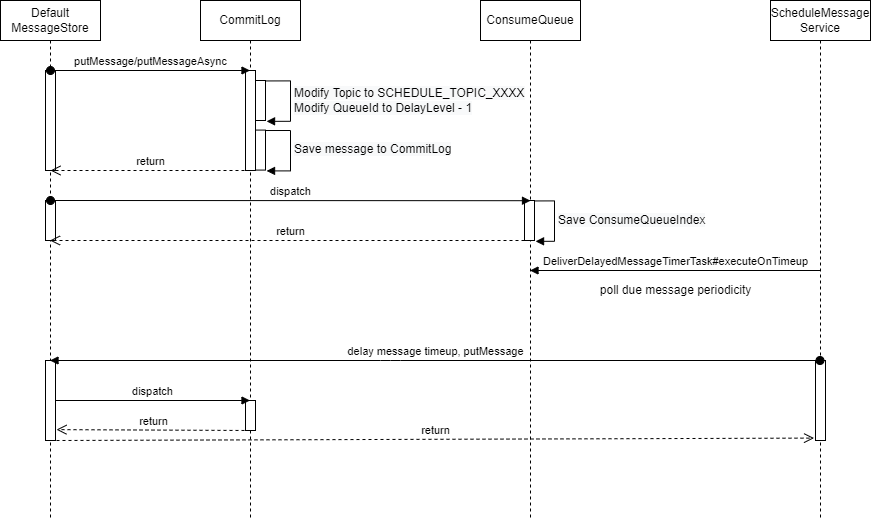
Earlier version of the draw.io export assets/schedule_message_sequence.drawio.png (HScarb/knowledge). Source tidied: cells renumbered, new cells last; positions are measured from the earlier drawing's top-left corner, leaving out a move shared by most shapes.
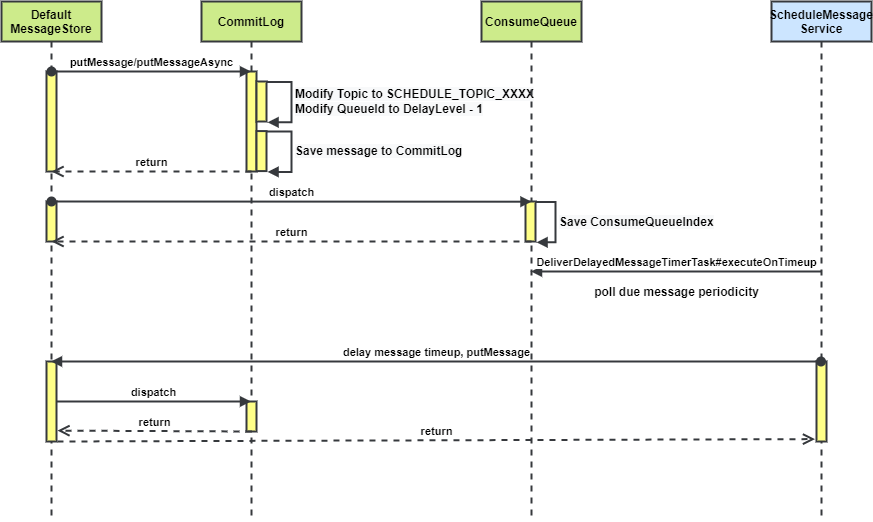
After the change.

The edit, as a diff of the source:
```diff
@@ -2,16 +2,16 @@
   <root>
     <mxCell id="0" />
     <mxCell id="1" parent="0" />
-    <mxCell id="2" value="CommitLog" style="shape=umlLifeline;perimeter=lifelinePerimeter;whiteSpace=wrap;html=1;" parent="1" vertex="1">
+    <mxCell id="2" value="CommitLog" style="shape=umlLifeline;perimeter=lifelinePerimeter;whiteSpace=wrap;html=1;strokeWidth=2;fontStyle=1;fillColor=#cdeb8b;strokeColor=#36393d;" parent="1" vertex="1">
       <mxGeometry x="200" width="100" height="520" as="geometry" />
     </mxCell>
-    <mxCell id="3" style="html=1;perimeter=orthogonalPerimeter;" parent="2" vertex="1">
+    <mxCell id="3" style="html=1;perimeter=orthogonalPerimeter;strokeWidth=2;fontStyle=1;fillColor=#ffff88;strokeColor=#36393d;" parent="2" vertex="1">
       <mxGeometry x="45" y="70" width="10" height="100" as="geometry" />
     </mxCell>
-    <mxCell id="4" style="html=1;points=[];perimeter=orthogonalPerimeter;align=center;" parent="2" vertex="1">
+    <mxCell id="4" style="html=1;points=[];perimeter=orthogonalPerimeter;align=center;strokeWidth=2;fontStyle=1;fillColor=#ffff88;strokeColor=#36393d;" parent="2" vertex="1">
       <mxGeometry x="55" y="80" width="10" height="40" as="geometry" />
     </mxCell>
-    <mxCell id="5" value="&lt;span style=&quot;font-size: 12px ; background-color: rgb(248 , 249 , 250)&quot;&gt;Modify Topic to SCHEDULE_TOPIC_XXXX&lt;/span&gt;&lt;br style=&quot;font-size: 12px ; background-color: rgb(248 , 249 , 250)&quot;&gt;&lt;span style=&quot;font-size: 12px ; background-color: rgb(248 , 249 , 250)&quot;&gt;Modify QueueId to DelayLevel - 1&lt;/span&gt;" style="edgeStyle=orthogonalEdgeStyle;html=1;align=left;spacingLeft=2;endArrow=block;rounded=0;entryX=1.106;entryY=1.021;entryDx=0;entryDy=0;entryPerimeter=0;exitX=1.046;exitY=0.011;exitDx=0;exitDy=0;exitPerimeter=0;" parent="2" edge="1" source="4" target="4">
+    <mxCell id="5" value="&lt;span style=&quot;font-size: 12px ; background-color: rgb(248 , 249 , 250)&quot;&gt;Modify Topic to SCHEDULE_TOPIC_XXXX&lt;/span&gt;&lt;br style=&quot;font-size: 12px ; background-color: rgb(248 , 249 , 250)&quot;&gt;&lt;span style=&quot;font-size: 12px ; background-color: rgb(248 , 249 , 250)&quot;&gt;Modify QueueId to DelayLevel - 1&lt;/span&gt;" style="edgeStyle=orthogonalEdgeStyle;html=1;align=left;spacingLeft=2;endArrow=block;rounded=0;entryX=1.106;entryY=1.021;entryDx=0;entryDy=0;entryPerimeter=0;exitX=1.046;exitY=0.011;exitDx=0;exitDy=0;exitPerimeter=0;strokeWidth=2;fontStyle=1;fillColor=#ffff88;strokeColor=#36393d;" parent="2" edge="1" source="4" target="4">
       <mxGeometry relative="1" as="geometry">
         <Array as="points">
           <mxPoint x="90" y="80" />
@@ -19,16 +19,16 @@
         </Array>
       </mxGeometry>
     </mxCell>
-    <mxCell id="6" style="html=1;perimeter=orthogonalPerimeter;align=center;" parent="2" vertex="1">
+    <mxCell id="6" style="html=1;perimeter=orthogonalPerimeter;align=center;strokeWidth=2;fontStyle=1;fillColor=#ffff88;strokeColor=#36393d;" parent="2" vertex="1">
       <mxGeometry x="45" y="400" width="10" height="30" as="geometry" />
     </mxCell>
-    <mxCell id="7" value="ConsumeQueue" style="shape=umlLifeline;perimeter=lifelinePerimeter;whiteSpace=wrap;html=1;outlineConnect=0;" parent="1" vertex="1">
+    <mxCell id="7" value="ConsumeQueue" style="shape=umlLifeline;perimeter=lifelinePerimeter;whiteSpace=wrap;html=1;outlineConnect=0;strokeWidth=2;fontStyle=1;fillColor=#cdeb8b;strokeColor=#36393d;" parent="1" vertex="1">
       <mxGeometry x="480" width="100" height="520" as="geometry" />
     </mxCell>
-    <mxCell id="8" style="html=1;points=[];perimeter=orthogonalPerimeter;align=center;" parent="7" vertex="1">
+    <mxCell id="8" style="html=1;points=[];perimeter=orthogonalPerimeter;align=center;strokeWidth=2;fontStyle=1;fillColor=#ffff88;strokeColor=#36393d;" parent="7" vertex="1">
       <mxGeometry x="44" y="200" width="10" height="40" as="geometry" />
     </mxCell>
-    <mxCell id="9" value="&lt;span style=&quot;font-size: 12px ; background-color: rgb(248 , 249 , 250)&quot;&gt;Save ConsumeQueueIndex&lt;/span&gt;" style="edgeStyle=orthogonalEdgeStyle;html=1;align=left;spacingLeft=2;endArrow=block;rounded=0;entryX=1.106;entryY=1.021;entryDx=0;entryDy=0;entryPerimeter=0;exitX=1.046;exitY=0.011;exitDx=0;exitDy=0;exitPerimeter=0;" parent="7" edge="1" source="8" target="8">
+    <mxCell id="9" value="&lt;span style=&quot;font-size: 12px ; background-color: rgb(248 , 249 , 250)&quot;&gt;Save ConsumeQueueIndex&lt;/span&gt;" style="edgeStyle=orthogonalEdgeStyle;html=1;align=left;spacingLeft=2;endArrow=block;rounded=0;entryX=1.106;entryY=1.021;entryDx=0;entryDy=0;entryPerimeter=0;exitX=1.046;exitY=0.011;exitDx=0;exitDy=0;exitPerimeter=0;strokeWidth=2;fontStyle=1;fillColor=#ffff88;strokeColor=#36393d;" parent="7" edge="1" source="8" target="8">
       <mxGeometry relative="1" as="geometry">
         <Array as="points">
           <mxPoint x="74" y="200" />
@@ -36,42 +36,42 @@
         </Array>
       </mxGeometry>
     </mxCell>
-    <mxCell id="10" value="ScheduleMessage&lt;br&gt;Service" style="shape=umlLifeline;perimeter=lifelinePerimeter;whiteSpace=wrap;html=1;" parent="1" vertex="1">
+    <mxCell id="10" value="ScheduleMessage&lt;br&gt;Service" style="shape=umlLifeline;perimeter=lifelinePerimeter;whiteSpace=wrap;html=1;strokeWidth=2;fontStyle=1;fillColor=#cce5ff;strokeColor=#36393d;" parent="1" vertex="1">
       <mxGeometry x="770" width="100" height="520" as="geometry" />
     </mxCell>
-    <mxCell id="11" value="Default&lt;br&gt;MessageStore" style="shape=umlLifeline;perimeter=lifelinePerimeter;whiteSpace=wrap;html=1;outlineConnect=0;align=center;" parent="1" vertex="1">
+    <mxCell id="11" value="Default&lt;br&gt;MessageStore" style="shape=umlLifeline;perimeter=lifelinePerimeter;whiteSpace=wrap;html=1;outlineConnect=0;align=center;strokeWidth=2;fontStyle=1;fillColor=#cdeb8b;strokeColor=#36393d;" parent="1" vertex="1">
       <mxGeometry width="100" height="520" as="geometry" />
     </mxCell>
-    <mxCell id="12" style="html=1;perimeter=orthogonalPerimeter;align=center;" parent="11" vertex="1">
+    <mxCell id="12" style="html=1;perimeter=orthogonalPerimeter;align=center;strokeWidth=2;fontStyle=1;fillColor=#ffff88;strokeColor=#36393d;" parent="11" vertex="1">
       <mxGeometry x="45" y="70" width="10" height="100" as="geometry" />
     </mxCell>
-    <mxCell id="13" value="putMessage/putMessageAsync" style="html=1;verticalAlign=bottom;startArrow=oval;startFill=1;endArrow=block;startSize=8;" parent="11" edge="1">
+    <mxCell id="13" value="putMessage/putMessageAsync" style="html=1;verticalAlign=bottom;startArrow=oval;startFill=1;endArrow=block;startSize=8;strokeWidth=2;fontStyle=1;fillColor=#ffff88;strokeColor=#36393d;" parent="11" edge="1">
       <mxGeometry relative="1" as="geometry">
         <mxPoint x="50" y="70" as="sourcePoint" />
         <mxPoint x="249.5" y="70" as="targetPoint" />
       </mxGeometry>
     </mxCell>
-    <mxCell id="14" style="html=1;perimeter=orthogonalPerimeter;align=center;" parent="11" vertex="1">
+    <mxCell id="14" style="html=1;perimeter=orthogonalPerimeter;align=center;strokeWidth=2;fontStyle=1;fillColor=#ffff88;strokeColor=#36393d;" parent="11" vertex="1">
       <mxGeometry x="45" y="200" width="10" height="40" as="geometry" />
     </mxCell>
-    <mxCell id="15" value="dispatch" style="html=1;verticalAlign=bottom;startArrow=oval;startFill=1;endArrow=block;startSize=8;entryX=0.5;entryY=0.385;entryDx=0;entryDy=0;entryPerimeter=0;" parent="11" edge="1" target="7">
+    <mxCell id="15" value="dispatch" style="html=1;verticalAlign=bottom;startArrow=oval;startFill=1;endArrow=block;startSize=8;entryX=0.5;entryY=0.385;entryDx=0;entryDy=0;entryPerimeter=0;strokeWidth=2;fontStyle=1;fillColor=#ffff88;strokeColor=#36393d;" parent="11" edge="1" target="7">
       <mxGeometry relative="1" as="geometry">
         <mxPoint x="50" y="200" as="sourcePoint" />
       </mxGeometry>
     </mxCell>
-    <mxCell id="16" style="html=1;points=[];perimeter=orthogonalPerimeter;align=center;" parent="11" vertex="1">
+    <mxCell id="16" style="html=1;points=[];perimeter=orthogonalPerimeter;align=center;strokeWidth=2;fontStyle=1;fillColor=#ffff88;strokeColor=#36393d;" parent="11" vertex="1">
       <mxGeometry x="45" y="360" width="10" height="80" as="geometry" />
     </mxCell>
-    <mxCell id="17" value="return" style="html=1;verticalAlign=bottom;endArrow=open;dashed=1;endSize=8;" parent="1" edge="1">
+    <mxCell id="17" value="return" style="html=1;verticalAlign=bottom;endArrow=open;dashed=1;endSize=8;strokeWidth=2;fontStyle=1;fillColor=#ffff88;strokeColor=#36393d;" parent="1" edge="1">
       <mxGeometry relative="1" as="geometry">
         <mxPoint x="250" y="170" as="sourcePoint" />
         <mxPoint x="50" y="170" as="targetPoint" />
       </mxGeometry>
     </mxCell>
-    <mxCell id="18" style="html=1;points=[];perimeter=orthogonalPerimeter;align=center;" parent="1" vertex="1">
+    <mxCell id="18" style="html=1;points=[];perimeter=orthogonalPerimeter;align=center;strokeWidth=2;fontStyle=1;fillColor=#ffff88;strokeColor=#36393d;" parent="1" vertex="1">
       <mxGeometry x="255" y="129.6" width="10" height="40" as="geometry" />
     </mxCell>
-    <mxCell id="19" value="&lt;span style=&quot;font-size: 12px ; background-color: rgb(248 , 249 , 250)&quot;&gt;Save message to CommitLog&lt;/span&gt;" style="edgeStyle=orthogonalEdgeStyle;html=1;align=left;spacingLeft=2;endArrow=block;rounded=0;entryX=1.106;entryY=1.021;entryDx=0;entryDy=0;entryPerimeter=0;exitX=1.046;exitY=0.011;exitDx=0;exitDy=0;exitPerimeter=0;" parent="1" edge="1" source="18" target="18">
+    <mxCell id="19" value="&lt;span style=&quot;font-size: 12px ; background-color: rgb(248 , 249 , 250)&quot;&gt;Save message to CommitLog&lt;/span&gt;" style="edgeStyle=orthogonalEdgeStyle;html=1;align=left;spacingLeft=2;endArrow=block;rounded=0;entryX=1.106;entryY=1.021;entryDx=0;entryDy=0;entryPerimeter=0;exitX=1.046;exitY=0.011;exitDx=0;exitDy=0;exitPerimeter=0;strokeWidth=2;fontStyle=1;fillColor=#ffff88;strokeColor=#36393d;" parent="1" edge="1" source="18" target="18">
       <mxGeometry relative="1" as="geometry">
         <Array as="points">
           <mxPoint x="290" y="129.6" />
@@ -79,24 +79,24 @@
         </Array>
       </mxGeometry>
     </mxCell>
-    <mxCell id="20" value="DeliverDelayedMessageTimerTask#executeOnTimeup" style="html=1;verticalAlign=bottom;endArrow=block;" parent="1" edge="1">
+    <mxCell id="20" value="DeliverDelayedMessageTimerTask#executeOnTimeup" style="html=1;verticalAlign=bottom;endArrow=block;strokeWidth=2;fontStyle=1;fillColor=#ffff88;strokeColor=#36393d;" parent="1" edge="1">
       <mxGeometry relative="1" as="geometry">
         <mxPoint x="819.5" y="270" as="sourcePoint" />
         <mxPoint x="529.5" y="270" as="targetPoint" />
       </mxGeometry>
     </mxCell>
-    <mxCell id="21" value="poll due message periodicity" style="text;html=1;align=center;verticalAlign=middle;strokeColor=none;" parent="1" vertex="1">
-      <mxGeometry x="590" y="280" width="170" height="20" as="geometry" />
+    <mxCell id="21" value="poll due message periodicity" style="text;html=1;align=center;verticalAlign=middle;strokeWidth=2;fontStyle=1;" parent="1" vertex="1">
+      <mxGeometry x="585" y="280" width="180" height="20" as="geometry" />
     </mxCell>
-    <mxCell id="22" value="return" style="html=1;verticalAlign=bottom;endArrow=open;dashed=1;endSize=8;" parent="1" edge="1" target="11">
+    <mxCell id="22" value="return" style="html=1;verticalAlign=bottom;endArrow=open;dashed=1;endSize=8;strokeWidth=2;fontStyle=1;fillColor=#ffff88;strokeColor=#36393d;" parent="1" edge="1" target="11">
       <mxGeometry relative="1" as="geometry">
         <mxPoint x="530" y="240" as="sourcePoint" />
       </mxGeometry>
     </mxCell>
-    <mxCell id="23" style="html=1;points=[];perimeter=orthogonalPerimeter;align=center;" parent="1" vertex="1">
+    <mxCell id="23" style="html=1;points=[];perimeter=orthogonalPerimeter;align=center;strokeWidth=2;fontStyle=1;fillColor=#ffff88;strokeColor=#36393d;" parent="1" vertex="1">
       <mxGeometry x="815" y="360" width="10" height="80" as="geometry" />
     </mxCell>
-    <mxCell id="24" value="delay message timeup, putMessage" style="html=1;verticalAlign=bottom;startArrow=oval;startFill=1;endArrow=block;startSize=8;" parent="1" edge="1">
+    <mxCell id="24" value="delay message timeup, putMessage" style="html=1;verticalAlign=bottom;startArrow=oval;startFill=1;endArrow=block;startSize=8;strokeWidth=2;fontStyle=1;fillColor=#ffff88;strokeColor=#36393d;" parent="1" edge="1">
       <mxGeometry relative="1" as="geometry">
         <mxPoint x="819.5" y="360" as="sourcePoint" />
         <mxPoint x="49.5" y="360" as="targetPoint" />
@@ -105,17 +105,17 @@
         </Array>
       </mxGeometry>
     </mxCell>
-    <mxCell id="25" value="dispatch" style="html=1;verticalAlign=bottom;endArrow=block;" parent="1" edge="1" source="16">
+    <mxCell id="25" value="dispatch" style="html=1;verticalAlign=bottom;endArrow=block;strokeWidth=2;fontStyle=1;fillColor=#ffff88;strokeColor=#36393d;" parent="1" edge="1" source="16">
       <mxGeometry relative="1" as="geometry">
         <mxPoint x="249.5" y="400" as="targetPoint" />
       </mxGeometry>
     </mxCell>
-    <mxCell id="26" value="return" style="html=1;verticalAlign=bottom;endArrow=open;dashed=1;endSize=8;entryX=1.098;entryY=0.864;entryDx=0;entryDy=0;entryPerimeter=0;" parent="1" edge="1" target="16">
+    <mxCell id="26" value="return" style="html=1;verticalAlign=bottom;endArrow=open;dashed=1;endSize=8;entryX=1.098;entryY=0.864;entryDx=0;entryDy=0;entryPerimeter=0;strokeWidth=2;fontStyle=1;fillColor=#ffff88;strokeColor=#36393d;" parent="1" edge="1" target="16">
       <mxGeometry relative="1" as="geometry">
         <mxPoint x="250" y="430" as="sourcePoint" />
       </mxGeometry>
     </mxCell>
-    <mxCell id="27" value="return" style="html=1;verticalAlign=bottom;endArrow=open;dashed=1;endSize=8;entryX=-0.144;entryY=0.97;entryDx=0;entryDy=0;entryPerimeter=0;exitX=1.098;exitY=1;exitDx=0;exitDy=0;exitPerimeter=0;" parent="1" edge="1" source="16" target="23">
+    <mxCell id="27" value="return" style="html=1;verticalAlign=bottom;endArrow=open;dashed=1;endSize=8;entryX=-0.144;entryY=0.97;entryDx=0;entryDy=0;entryPerimeter=0;exitX=1.098;exitY=1;exitDx=0;exitDy=0;exitPerimeter=0;strokeWidth=2;fontStyle=1;fillColor=#ffff88;strokeColor=#36393d;" parent="1" edge="1" source="16" target="23">
       <mxGeometry relative="1" as="geometry" />
     </mxCell>
   </root>
```
